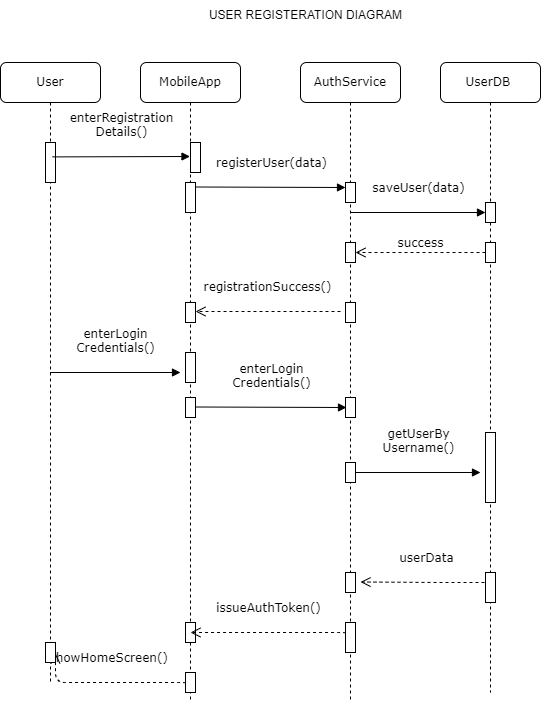
musa950/MUS keeps this draw.io diagram as SEQUENCES DIAGRAM 1.png. Above is the earlier version. Source tidied: cells renumbered, new cells last; positions are measured from the earlier drawing's top-left corner, leaving out a move shared by most shapes.
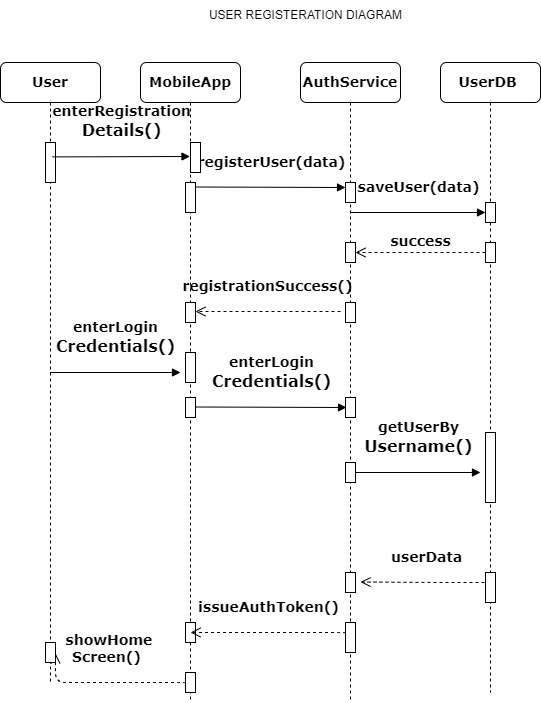
Later version of the same file.

What changed in the source:
```diff
@@ -2,7 +2,7 @@
   <root>
     <mxCell id="0" />
     <mxCell id="1" parent="0" />
-    <mxCell id="2" value="MobileApp" style="shape=umlLifeline;perimeter=lifelinePerimeter;whiteSpace=wrap;html=1;outlineConnect=0;rounded=1;shadow=0;comic=0;labelBackgroundColor=none;strokeWidth=1;fontFamily=Verdana;fontSize=12;align=center;" parent="1" vertex="1">
+    <mxCell id="2" value="&lt;font style=&quot;font-size: 14px;&quot;&gt;&lt;b&gt;MobileApp&lt;/b&gt;&lt;/font&gt;" style="shape=umlLifeline;perimeter=lifelinePerimeter;whiteSpace=wrap;html=1;outlineConnect=0;rounded=1;shadow=0;comic=0;labelBackgroundColor=none;strokeWidth=1;fontFamily=Verdana;fontSize=12;align=center;" parent="1" vertex="1">
       <mxGeometry x="140" y="62" width="100" height="640" as="geometry" />
     </mxCell>
     <mxCell id="3" style="html=1;perimeter=orthogonalPerimeter;rounded=0;shadow=0;comic=0;labelBackgroundColor=none;strokeWidth=1;fontFamily=Verdana;fontSize=12;align=center;" parent="2" vertex="1">
@@ -20,12 +20,12 @@
     <mxCell id="7" style="html=1;perimeter=orthogonalPerimeter;rounded=0;shadow=0;comic=0;labelBackgroundColor=none;strokeWidth=1;fontFamily=Verdana;fontSize=12;align=center;" parent="2" vertex="1">
       <mxGeometry x="45" y="335" width="10" height="20" as="geometry" />
     </mxCell>
-    <mxCell id="8" value="&lt;div&gt;&lt;div&gt;enterLogin&lt;/div&gt;&lt;div&gt;Credentials()&lt;/div&gt;&lt;/div&gt;&lt;div&gt;&lt;br&gt;&lt;/div&gt;" style="html=1;verticalAlign=bottom;endArrow=block;entryX=0.1;entryY=0.5;labelBackgroundColor=none;fontFamily=Verdana;fontSize=12;edgeStyle=elbowEdgeStyle;elbow=vertical;entryDx=0;entryDy=0;entryPerimeter=0;" parent="2" edge="1" target="15">
+    <mxCell id="8" value="&lt;div&gt;&lt;div&gt;&lt;font style=&quot;font-size: 14px;&quot;&gt;&lt;b style=&quot;&quot;&gt;enterLogin&lt;/b&gt;&lt;/font&gt;&lt;/div&gt;&lt;div&gt;&lt;font size=&quot;3&quot;&gt;&lt;b&gt;Credentials()&lt;/b&gt;&lt;/font&gt;&lt;/div&gt;&lt;/div&gt;&lt;div&gt;&lt;br&gt;&lt;/div&gt;" style="html=1;verticalAlign=bottom;endArrow=block;entryX=0.1;entryY=0.5;labelBackgroundColor=none;fontFamily=Verdana;fontSize=12;edgeStyle=elbowEdgeStyle;elbow=vertical;entryDx=0;entryDy=0;entryPerimeter=0;" parent="2" edge="1" target="15">
       <mxGeometry relative="1" as="geometry">
         <mxPoint x="55" y="344.5" as="sourcePoint" />
       </mxGeometry>
     </mxCell>
-    <mxCell id="9" value="&lt;div&gt;&lt;div&gt;&lt;div&gt;&lt;div&gt;&lt;div&gt;&lt;div&gt;&amp;nbsp;showHomeScreen()&lt;br&gt;&lt;/div&gt;&lt;/div&gt;&lt;/div&gt;&lt;/div&gt;&lt;/div&gt;&lt;/div&gt;&lt;div&gt;&lt;br&gt;&lt;/div&gt;" style="html=1;verticalAlign=bottom;endArrow=open;dashed=1;endSize=8;labelBackgroundColor=none;fontFamily=Verdana;fontSize=12;edgeStyle=elbowEdgeStyle;elbow=vertical;entryX=0.55;entryY=0.953;entryDx=0;entryDy=0;entryPerimeter=0;" parent="2" edge="1" target="30">
+    <mxCell id="9" value="&lt;div&gt;&lt;div&gt;&lt;div&gt;&lt;div&gt;&lt;div&gt;&lt;div&gt;&lt;font style=&quot;font-size: 14px;&quot;&gt;&lt;b&gt;&amp;nbsp;showHome&lt;/b&gt;&lt;/font&gt;&lt;/div&gt;&lt;div&gt;&lt;font style=&quot;font-size: 14px;&quot;&gt;&lt;b&gt;Screen()&lt;br&gt;&lt;/b&gt;&lt;/font&gt;&lt;/div&gt;&lt;/div&gt;&lt;/div&gt;&lt;/div&gt;&lt;/div&gt;&lt;/div&gt;&lt;div&gt;&lt;br&gt;&lt;/div&gt;" style="html=1;verticalAlign=bottom;endArrow=open;dashed=1;endSize=8;labelBackgroundColor=none;fontFamily=Verdana;fontSize=12;edgeStyle=elbowEdgeStyle;elbow=vertical;entryX=0.55;entryY=0.953;entryDx=0;entryDy=0;entryPerimeter=0;" parent="2" edge="1" target="30">
       <mxGeometry relative="1" as="geometry">
         <mxPoint x="45" y="621" as="sourcePoint" />
         <Array as="points">
@@ -37,7 +37,7 @@
     <mxCell id="10" style="html=1;perimeter=orthogonalPerimeter;rounded=0;shadow=0;comic=0;labelBackgroundColor=none;strokeWidth=1;fontFamily=Verdana;fontSize=12;align=center;" parent="2" vertex="1">
       <mxGeometry x="45" y="610" width="10" height="20" as="geometry" />
     </mxCell>
-    <mxCell id="11" value="&lt;div&gt;registerUser(data)&lt;/div&gt;&lt;div&gt;&lt;br&gt;&lt;/div&gt;" style="html=1;verticalAlign=bottom;endArrow=block;entryX=0;entryY=0;labelBackgroundColor=none;fontFamily=Verdana;fontSize=12;edgeStyle=elbowEdgeStyle;elbow=vertical;" parent="2" edge="1">
+    <mxCell id="11" value="&lt;div&gt;&lt;font style=&quot;font-size: 14px;&quot;&gt;&lt;b&gt;registerUser(data)&lt;/b&gt;&lt;/font&gt;&lt;/div&gt;&lt;div&gt;&lt;br&gt;&lt;/div&gt;" style="html=1;verticalAlign=bottom;endArrow=block;entryX=0;entryY=0;labelBackgroundColor=none;fontFamily=Verdana;fontSize=12;edgeStyle=elbowEdgeStyle;elbow=vertical;" parent="2" edge="1">
       <mxGeometry relative="1" as="geometry">
         <mxPoint x="55" y="124.5" as="sourcePoint" />
         <mxPoint x="205" y="124.5" as="targetPoint" />
@@ -46,7 +46,7 @@
     <mxCell id="12" style="html=1;perimeter=orthogonalPerimeter;rounded=0;shadow=0;comic=0;labelBackgroundColor=none;strokeWidth=1;fontFamily=Verdana;fontSize=12;align=center;" parent="2" vertex="1">
       <mxGeometry x="50" y="80" width="10" height="30" as="geometry" />
     </mxCell>
-    <mxCell id="13" value="AuthService" style="shape=umlLifeline;perimeter=lifelinePerimeter;whiteSpace=wrap;html=1;outlineConnect=0;rounded=1;shadow=0;comic=0;labelBackgroundColor=none;strokeWidth=1;fontFamily=Verdana;fontSize=12;align=center;" parent="1" vertex="1">
+    <mxCell id="13" value="&lt;b&gt;&lt;font style=&quot;font-size: 14px;&quot;&gt;AuthService&lt;/font&gt;&lt;/b&gt;" style="shape=umlLifeline;perimeter=lifelinePerimeter;whiteSpace=wrap;html=1;outlineConnect=0;rounded=1;shadow=0;comic=0;labelBackgroundColor=none;strokeWidth=1;fontFamily=Verdana;fontSize=12;align=center;" parent="1" vertex="1">
       <mxGeometry x="300" y="62" width="100" height="640" as="geometry" />
     </mxCell>
     <mxCell id="14" style="html=1;perimeter=orthogonalPerimeter;rounded=0;shadow=0;comic=0;labelBackgroundColor=none;strokeWidth=1;fontFamily=Verdana;fontSize=12;align=center;" parent="13" vertex="1">
@@ -58,7 +58,7 @@
     <mxCell id="16" style="html=1;perimeter=orthogonalPerimeter;rounded=0;shadow=0;comic=0;labelBackgroundColor=none;strokeWidth=1;fontFamily=Verdana;fontSize=12;align=center;" parent="13" vertex="1">
       <mxGeometry x="45" y="510" width="10" height="20" as="geometry" />
     </mxCell>
-    <mxCell id="17" value="&lt;div&gt;&lt;div&gt;&lt;div&gt;&lt;div&gt;&lt;div&gt;&lt;div&gt;issueAuthToken()&lt;/div&gt;&lt;/div&gt;&lt;/div&gt;&lt;/div&gt;&lt;/div&gt;&lt;/div&gt;&lt;div&gt;&lt;br&gt;&lt;/div&gt;" style="html=1;verticalAlign=bottom;endArrow=open;dashed=1;endSize=8;labelBackgroundColor=none;fontFamily=Verdana;fontSize=12;edgeStyle=elbowEdgeStyle;elbow=vertical;entryX=0.5;entryY=0.5;entryDx=0;entryDy=0;entryPerimeter=0;" parent="13" edge="1" target="6">
+    <mxCell id="17" value="&lt;div&gt;&lt;div&gt;&lt;div&gt;&lt;div&gt;&lt;div&gt;&lt;div&gt;&lt;b&gt;&lt;font style=&quot;font-size: 14px;&quot;&gt;issueAuthToken()&lt;/font&gt;&lt;/b&gt;&lt;/div&gt;&lt;/div&gt;&lt;/div&gt;&lt;/div&gt;&lt;/div&gt;&lt;/div&gt;&lt;div&gt;&lt;br&gt;&lt;/div&gt;" style="html=1;verticalAlign=bottom;endArrow=open;dashed=1;endSize=8;labelBackgroundColor=none;fontFamily=Verdana;fontSize=12;edgeStyle=elbowEdgeStyle;elbow=vertical;entryX=0.5;entryY=0.5;entryDx=0;entryDy=0;entryPerimeter=0;" parent="13" edge="1" target="6">
       <mxGeometry relative="1" as="geometry">
         <mxPoint x="45" y="571" as="sourcePoint" />
         <Array as="points">
@@ -76,7 +76,7 @@
     <mxCell id="20" style="html=1;perimeter=orthogonalPerimeter;rounded=0;shadow=0;comic=0;labelBackgroundColor=none;strokeWidth=1;fontFamily=Verdana;fontSize=12;align=center;" parent="13" vertex="1">
       <mxGeometry x="45" y="400" width="10" height="20" as="geometry" />
     </mxCell>
-    <mxCell id="21" value="&lt;div&gt;&lt;div&gt;&lt;div&gt;&lt;div&gt;&lt;div&gt;userData&lt;/div&gt;&lt;/div&gt;&lt;/div&gt;&lt;/div&gt;&lt;/div&gt;&lt;div&gt;&lt;br&gt;&lt;/div&gt;" style="html=1;verticalAlign=bottom;endArrow=open;dashed=1;endSize=8;labelBackgroundColor=none;fontFamily=Verdana;fontSize=12;edgeStyle=elbowEdgeStyle;elbow=horizontal;" parent="13" edge="1">
+    <mxCell id="21" value="&lt;div&gt;&lt;div&gt;&lt;div&gt;&lt;div&gt;&lt;div&gt;&lt;font style=&quot;font-size: 14px;&quot;&gt;&lt;b style=&quot;&quot;&gt;userData&lt;/b&gt;&lt;/font&gt;&lt;/div&gt;&lt;/div&gt;&lt;/div&gt;&lt;/div&gt;&lt;/div&gt;&lt;div&gt;&lt;br&gt;&lt;/div&gt;" style="html=1;verticalAlign=bottom;endArrow=open;dashed=1;endSize=8;labelBackgroundColor=none;fontFamily=Verdana;fontSize=12;edgeStyle=elbowEdgeStyle;elbow=horizontal;" parent="13" edge="1">
       <mxGeometry relative="1" as="geometry">
         <mxPoint x="190" y="520" as="sourcePoint" />
         <mxPoint x="60" y="519.5" as="targetPoint" />
@@ -86,7 +86,7 @@
         </Array>
       </mxGeometry>
     </mxCell>
-    <mxCell id="22" value="&lt;div&gt;saveUser(data)&lt;/div&gt;&lt;div&gt;&lt;br&gt;&lt;/div&gt;" style="html=1;verticalAlign=bottom;endArrow=block;labelBackgroundColor=none;fontFamily=Verdana;fontSize=12;edgeStyle=elbowEdgeStyle;elbow=vertical;" parent="13" edge="1" source="13">
+    <mxCell id="22" value="&lt;div&gt;&lt;b&gt;&lt;font style=&quot;font-size: 14px;&quot;&gt;saveUser(data)&lt;/font&gt;&lt;/b&gt;&lt;/div&gt;&lt;div&gt;&lt;br&gt;&lt;/div&gt;" style="html=1;verticalAlign=bottom;endArrow=block;labelBackgroundColor=none;fontFamily=Verdana;fontSize=12;edgeStyle=elbowEdgeStyle;elbow=vertical;" parent="13" edge="1" source="13">
       <mxGeometry relative="1" as="geometry">
         <mxPoint x="185" y="150" as="targetPoint" />
         <Array as="points">
@@ -97,19 +97,19 @@
     <mxCell id="23" style="html=1;perimeter=orthogonalPerimeter;rounded=0;shadow=0;comic=0;labelBackgroundColor=none;strokeWidth=1;fontFamily=Verdana;fontSize=12;align=center;" parent="13" vertex="1">
       <mxGeometry x="45" y="560" width="10" height="30" as="geometry" />
     </mxCell>
-    <mxCell id="24" value="UserDB&amp;nbsp;" style="shape=umlLifeline;perimeter=lifelinePerimeter;whiteSpace=wrap;html=1;rounded=1;shadow=0;comic=0;labelBackgroundColor=none;strokeWidth=1;fontFamily=Verdana;fontSize=12;align=center;" parent="1" vertex="1">
+    <mxCell id="24" value="&lt;b&gt;&lt;font style=&quot;font-size: 14px;&quot;&gt;UserDB&amp;nbsp;&lt;/font&gt;&lt;/b&gt;" style="shape=umlLifeline;perimeter=lifelinePerimeter;whiteSpace=wrap;html=1;rounded=1;shadow=0;comic=0;labelBackgroundColor=none;strokeWidth=1;fontFamily=Verdana;fontSize=12;align=center;" parent="1" vertex="1">
       <mxGeometry x="440" y="62" width="100" height="630" as="geometry" />
     </mxCell>
     <mxCell id="25" style="html=1;perimeter=orthogonalPerimeter;rounded=0;shadow=0;comic=0;labelBackgroundColor=none;strokeWidth=1;fontFamily=Verdana;fontSize=12;align=center;" parent="24" vertex="1">
       <mxGeometry x="45" y="370" width="10" height="70" as="geometry" />
     </mxCell>
-    <mxCell id="26" value="&lt;div&gt;&lt;div&gt;&lt;div&gt;getUserBy&lt;/div&gt;&lt;div&gt;Username()&lt;/div&gt;&lt;/div&gt;&lt;/div&gt;&lt;div&gt;&lt;br&gt;&lt;/div&gt;" style="html=1;verticalAlign=bottom;endArrow=block;labelBackgroundColor=none;fontFamily=Verdana;fontSize=12;edgeStyle=elbowEdgeStyle;elbow=vertical;" parent="24" edge="1">
+    <mxCell id="26" value="&lt;div&gt;&lt;div&gt;&lt;div&gt;&lt;b&gt;&lt;font style=&quot;font-size: 14px;&quot;&gt;getUserBy&lt;/font&gt;&lt;/b&gt;&lt;/div&gt;&lt;div&gt;&lt;b&gt;&lt;font size=&quot;3&quot;&gt;Username()&lt;/font&gt;&lt;/b&gt;&lt;/div&gt;&lt;/div&gt;&lt;/div&gt;&lt;div&gt;&lt;br&gt;&lt;/div&gt;" style="html=1;verticalAlign=bottom;endArrow=block;labelBackgroundColor=none;fontFamily=Verdana;fontSize=12;edgeStyle=elbowEdgeStyle;elbow=vertical;" parent="24" edge="1">
       <mxGeometry relative="1" as="geometry">
         <mxPoint x="-85" y="410" as="sourcePoint" />
         <mxPoint x="40" y="410" as="targetPoint" />
       </mxGeometry>
     </mxCell>
-    <mxCell id="27" value="success" style="html=1;verticalAlign=bottom;endArrow=open;dashed=1;endSize=8;labelBackgroundColor=none;fontFamily=Verdana;fontSize=12;edgeStyle=elbowEdgeStyle;elbow=vertical;" parent="24" edge="1">
+    <mxCell id="27" value="&lt;b&gt;&lt;font style=&quot;font-size: 14px;&quot;&gt;success&lt;/font&gt;&lt;/b&gt;" style="html=1;verticalAlign=bottom;endArrow=open;dashed=1;endSize=8;labelBackgroundColor=none;fontFamily=Verdana;fontSize=12;edgeStyle=elbowEdgeStyle;elbow=vertical;" parent="24" edge="1">
       <mxGeometry relative="1" as="geometry">
         <mxPoint x="45" y="190" as="sourcePoint" />
         <mxPoint x="-85" y="190" as="targetPoint" />
@@ -125,7 +125,7 @@
     <mxCell id="29" style="html=1;perimeter=orthogonalPerimeter;rounded=0;shadow=0;comic=0;labelBackgroundColor=none;strokeWidth=1;fontFamily=Verdana;fontSize=12;align=center;" parent="24" vertex="1">
       <mxGeometry x="45" y="510" width="10" height="30" as="geometry" />
     </mxCell>
-    <mxCell id="30" value="User" style="shape=umlLifeline;perimeter=lifelinePerimeter;whiteSpace=wrap;html=1;outlineConnect=0;rounded=1;shadow=0;comic=0;labelBackgroundColor=none;strokeWidth=1;fontFamily=Verdana;fontSize=12;align=center;" parent="1" vertex="1">
+    <mxCell id="30" value="&lt;b&gt;&lt;font style=&quot;font-size: 14px;&quot;&gt;User&lt;/font&gt;&lt;/b&gt;" style="shape=umlLifeline;perimeter=lifelinePerimeter;whiteSpace=wrap;html=1;outlineConnect=0;rounded=1;shadow=0;comic=0;labelBackgroundColor=none;strokeWidth=1;fontFamily=Verdana;fontSize=12;align=center;" parent="1" vertex="1">
       <mxGeometry y="62" width="100" height="620" as="geometry" />
     </mxCell>
     <mxCell id="31" style="html=1;points=[];perimeter=orthogonalPerimeter;rounded=0;shadow=0;comic=0;labelBackgroundColor=none;strokeWidth=1;fontFamily=Verdana;fontSize=12;align=center;" parent="30" vertex="1">
@@ -137,10 +137,10 @@
     <mxCell id="33" style="html=1;perimeter=orthogonalPerimeter;rounded=0;shadow=0;comic=0;labelBackgroundColor=none;strokeWidth=1;fontFamily=Verdana;fontSize=12;align=center;" parent="1" vertex="1">
       <mxGeometry x="485" y="202" width="10" height="20" as="geometry" />
     </mxCell>
-    <mxCell id="34" value="&lt;div&gt;enterRegistration&lt;/div&gt;&lt;div&gt;Details()&lt;/div&gt;&lt;div&gt;&lt;br&gt;&lt;/div&gt;" style="html=1;verticalAlign=bottom;endArrow=block;labelBackgroundColor=none;fontFamily=Verdana;fontSize=12;edgeStyle=elbowEdgeStyle;elbow=vertical;exitX=0.7;exitY=0.36;exitDx=0;exitDy=0;exitPerimeter=0;" parent="1" edge="1" source="31" target="2">
+    <mxCell id="34" value="&lt;div&gt;&lt;font style=&quot;font-size: 14px;&quot;&gt;&lt;b&gt;enterRegistration&lt;/b&gt;&lt;/font&gt;&lt;/div&gt;&lt;div&gt;&lt;font size=&quot;3&quot;&gt;&lt;b&gt;Details()&lt;/b&gt;&lt;/font&gt;&lt;/div&gt;&lt;div&gt;&lt;br&gt;&lt;/div&gt;" style="html=1;verticalAlign=bottom;endArrow=block;labelBackgroundColor=none;fontFamily=Verdana;fontSize=12;edgeStyle=elbowEdgeStyle;elbow=vertical;exitX=0.7;exitY=0.36;exitDx=0;exitDy=0;exitPerimeter=0;" parent="1" edge="1" source="31" target="2">
       <mxGeometry relative="1" as="geometry" />
     </mxCell>
-    <mxCell id="35" value="&lt;div&gt;registrationSuccess()&lt;/div&gt;&lt;div&gt;&lt;br&gt;&lt;/div&gt;" style="html=1;verticalAlign=bottom;endArrow=open;dashed=1;endSize=8;labelBackgroundColor=none;fontFamily=Verdana;fontSize=12;edgeStyle=elbowEdgeStyle;elbow=vertical;" parent="1" edge="1">
+    <mxCell id="35" value="&lt;div&gt;&lt;font style=&quot;font-size: 14px;&quot;&gt;&lt;b style=&quot;&quot;&gt;registrationSuccess()&lt;/b&gt;&lt;/font&gt;&lt;/div&gt;&lt;div&gt;&lt;br&gt;&lt;/div&gt;" style="html=1;verticalAlign=bottom;endArrow=open;dashed=1;endSize=8;labelBackgroundColor=none;fontFamily=Verdana;fontSize=12;edgeStyle=elbowEdgeStyle;elbow=vertical;" parent="1" edge="1">
       <mxGeometry relative="1" as="geometry">
         <mxPoint x="340" y="311" as="sourcePoint" />
         <mxPoint x="195" y="311.5" as="targetPoint" />
@@ -150,7 +150,7 @@
         </Array>
       </mxGeometry>
     </mxCell>
-    <mxCell id="36" value="&lt;div&gt;&lt;div&gt;enterLogin&lt;/div&gt;&lt;div&gt;Credentials()&lt;/div&gt;&lt;/div&gt;&lt;div&gt;&lt;br&gt;&lt;/div&gt;" style="html=1;verticalAlign=bottom;endArrow=block;labelBackgroundColor=none;fontFamily=Verdana;fontSize=12;edgeStyle=elbowEdgeStyle;elbow=vertical;" parent="1" edge="1" source="30">
+    <mxCell id="36" value="&lt;div&gt;&lt;div&gt;&lt;font style=&quot;font-size: 14px;&quot;&gt;&lt;b style=&quot;&quot;&gt;enterLogin&lt;/b&gt;&lt;/font&gt;&lt;/div&gt;&lt;div&gt;&lt;font size=&quot;3&quot;&gt;&lt;b&gt;Credentials()&lt;/b&gt;&lt;/font&gt;&lt;/div&gt;&lt;/div&gt;&lt;div&gt;&lt;br&gt;&lt;/div&gt;" style="html=1;verticalAlign=bottom;endArrow=block;labelBackgroundColor=none;fontFamily=Verdana;fontSize=12;edgeStyle=elbowEdgeStyle;elbow=vertical;" parent="1" edge="1" source="30">
       <mxGeometry relative="1" as="geometry">
         <mxPoint x="180" y="372" as="targetPoint" />
         <Array as="points">
```
